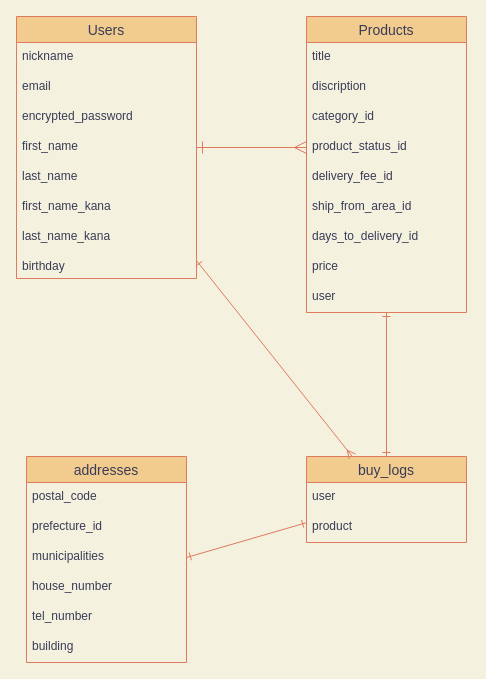
This is furima.dio from shisoshiso/furima-30312, a draw.io file, before an edit. Source tidied: cells renumbered, new cells numbered last; positions are measured from the earlier drawing's top-left corner, leaving out a move shared by most shapes. Both pictures are drawn from the tidied source at 100%, with x=0, y=0 at pixel (16, 16).
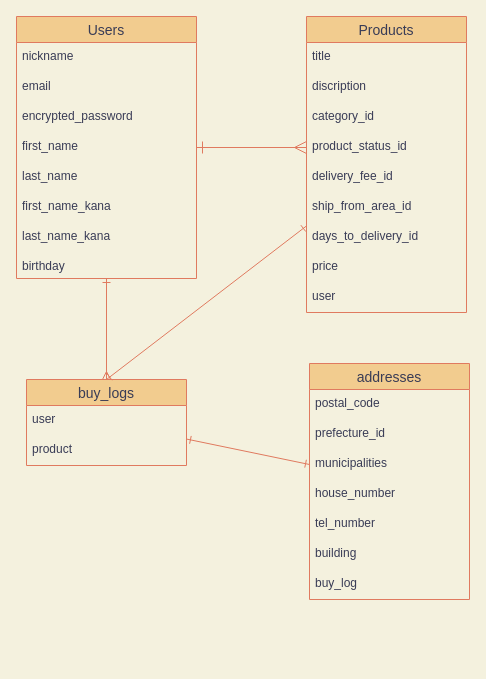
The same page after the edit.

Commit message (it also covers changes not shown here):
第二回修正

・addressesテーブルとusersテーブルの関連付け解除
・price_rangeカラム削除
・addressesテーブルにbuy_logsテーブル用の外部キーカラムを追加

Unchanged cells that the change refers to:
```xml
<mxCell id="14" value="municipalities" style="text;strokeColor=none;fillColor=none;spacingLeft=4;spacingRight=4;overflow=hidden;points=[[0,0.5],[1,0.5]];portConstraint=eastwest;fontSize=12;fontColor=#393C56;" parent="11" vertex="1">
  <mxGeometry y="86" width="160" height="30" as="geometry" />
</mxCell>
```

The edit, as a diff of the source:
```diff
@@
     <mxCell id="11" value="addresses" style="swimlane;fontStyle=0;horizontal=1;startSize=26;align=center;fontSize=14;fillColor=#F2CC8F;strokeColor=#E07A5F;fontColor=#393C56;" parent="1" vertex="1">
-      <mxGeometry x="10" y="440" width="160" height="206" as="geometry" />
+      <mxGeometry x="293" y="347" width="160" height="236" as="geometry" />
     </mxCell>
@@
+    <mxCell id="35" value="buy_log" style="text;strokeColor=none;fillColor=none;spacingLeft=4;spacingRight=4;overflow=hidden;fontSize=12;fontColor=#393C56;" parent="11" vertex="1">
+      <mxGeometry y="206" width="160" height="30" as="geometry" />
+    </mxCell>
@@
     <mxCell id="28" value="buy_logs" style="swimlane;fontStyle=0;horizontal=1;startSize=26;align=center;fontSize=14;fillColor=#F2CC8F;strokeColor=#E07A5F;fontColor=#393C56;" parent="1" vertex="1">
-      <mxGeometry x="290" y="440" width="160" height="86" as="geometry" />
+      <mxGeometry x="10" y="363" width="160" height="86" as="geometry" />
     </mxCell>
@@
-    <mxCell id="33" style="edgeStyle=none;rounded=1;sketch=0;jettySize=auto;html=1;exitX=1;exitY=0.5;exitDx=0;exitDy=0;startArrow=ERone;startFill=0;strokeColor=#E07A5F;fillColor=#F2CC8F;fontColor=#393C56;endArrow=ERone;endFill=0;labelBackgroundColor=#F4F1DE;" parent="1" edge="1" source="14" target="28">
+    <mxCell id="33" style="edgeStyle=none;rounded=1;sketch=0;jettySize=auto;html=1;exitX=0;exitY=0.5;exitDx=0;exitDy=0;startArrow=ERone;startFill=0;strokeColor=#E07A5F;fillColor=#F2CC8F;fontColor=#393C56;endArrow=ERone;endFill=0;labelBackgroundColor=#F4F1DE;" parent="1" edge="1" source="14" target="28">
       <mxGeometry relative="1" as="geometry" />
     </mxCell>
```
